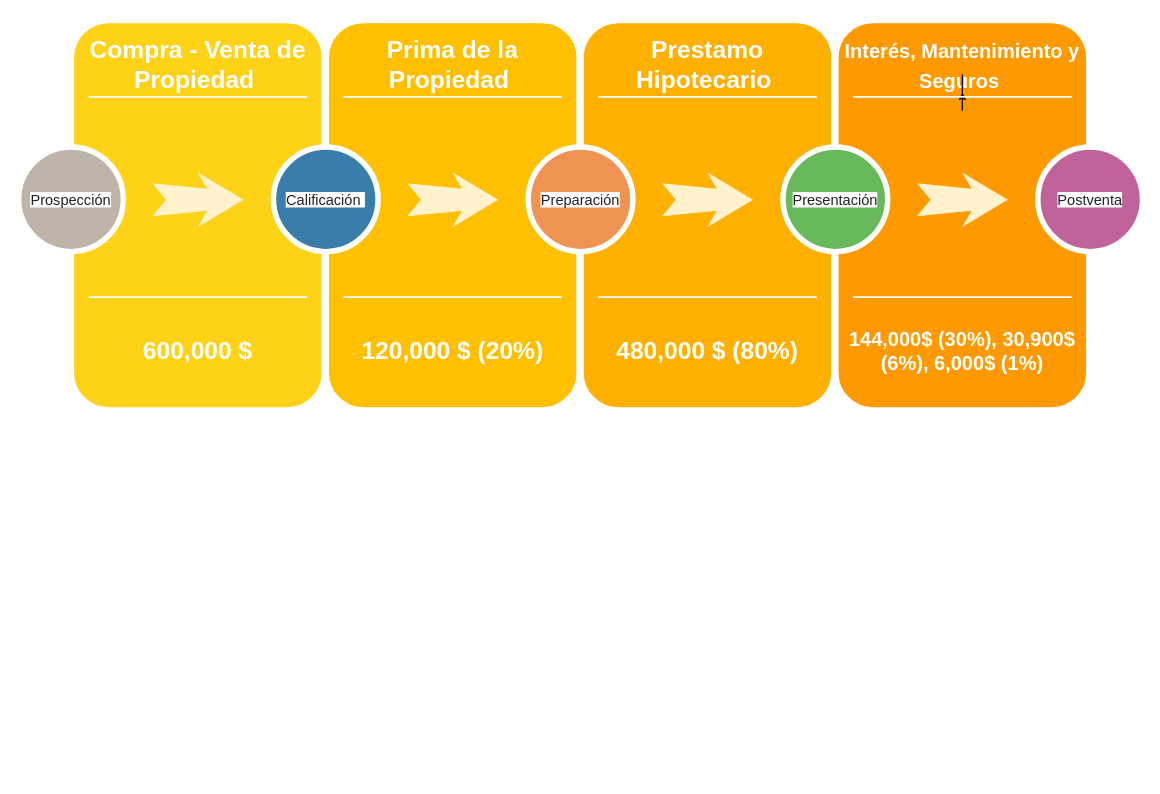
Earlier version of the draw.io diagram Untitled Diagram.drawio (Arian-25/Development). Source tidied: cells renumbered, new cells numbered last; positions are measured from the earlier drawing's top-left corner, leaving out a move shared by most shapes. Both pictures are drawn from the tidied source at 91%, with x=0, y=0 at pixel (18, 19).
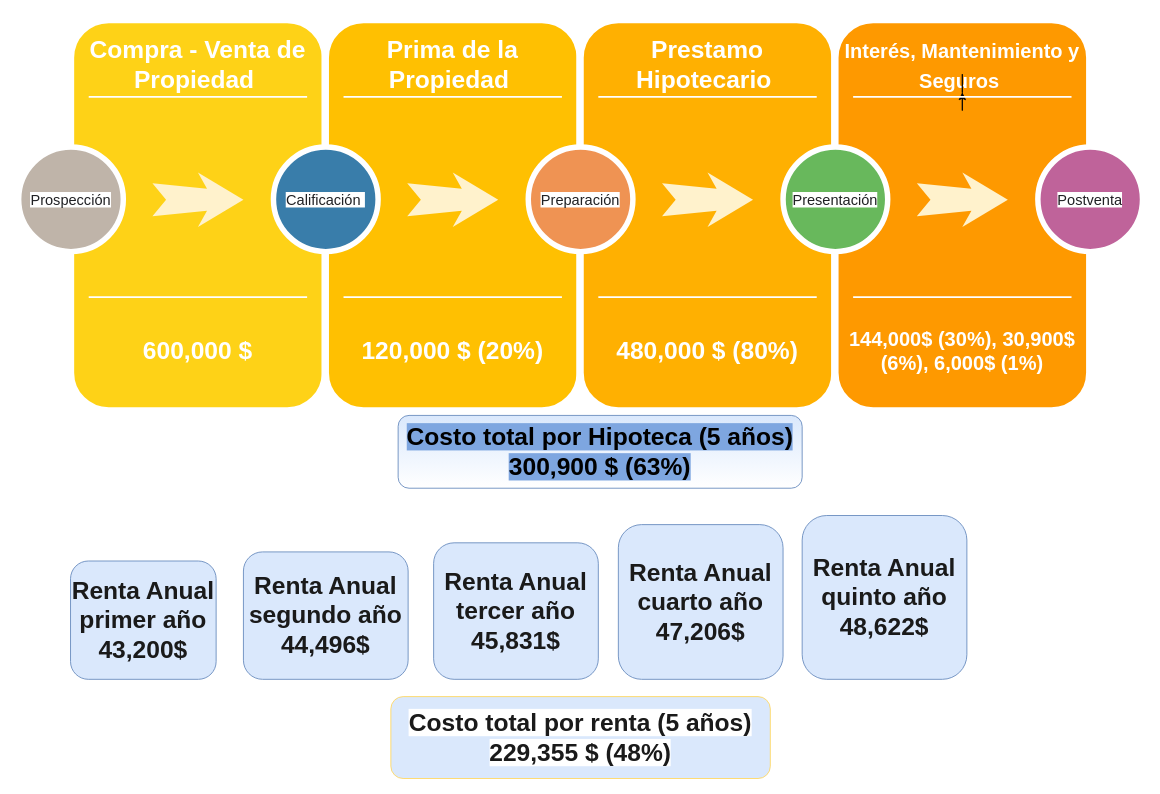
The same page after the edit.

Diff of the diagram source:
```diff
@@
+    <mxCell id="32" value="&lt;span style=&quot;font-size: 27px ; font-weight: 700 ; background-color: rgb(255 , 255 , 255)&quot;&gt;&lt;font color=&quot;#1a1a1a&quot;&gt;Costo total por renta (5 años) 229,355 $ (48%)&lt;/font&gt;&lt;/span&gt;" style="rounded=1;whiteSpace=wrap;html=1;fillColor=#dae8fc;strokeColor=#FFD966;" parent="1" vertex="1">
+      <mxGeometry x="409" y="744" width="417" height="90" as="geometry" />
+    </mxCell>
+    <mxCell id="33" value="&lt;div&gt;&lt;b style=&quot;font-size: 27px ; color: rgb(26 , 26 , 26)&quot;&gt;Renta Anual primer año 43,200$&lt;/b&gt;&lt;/div&gt;" style="rounded=1;whiteSpace=wrap;html=1;fillColor=#dae8fc;strokeColor=#6c8ebf;align=center;" parent="1" vertex="1">
+      <mxGeometry x="57" y="595" width="160" height="130" as="geometry" />
+    </mxCell>
+    <mxCell id="34" value="&lt;div&gt;&lt;b style=&quot;font-size: 27px ; color: rgb(26 , 26 , 26)&quot;&gt;Renta Anual segundo año 44,496$&lt;/b&gt;&lt;/div&gt;" style="rounded=1;whiteSpace=wrap;html=1;fillColor=#dae8fc;strokeColor=#6c8ebf;align=center;" parent="1" vertex="1">
+      <mxGeometry x="247" y="585" width="181" height="140" as="geometry" />
+    </mxCell>
+    <mxCell id="35" value="&lt;div&gt;&lt;b style=&quot;font-size: 27px ; color: rgb(26 , 26 , 26)&quot;&gt;Renta Anual tercer año 45,831$&lt;/b&gt;&lt;/div&gt;" style="rounded=1;whiteSpace=wrap;html=1;fillColor=#dae8fc;strokeColor=#6c8ebf;align=center;" parent="1" vertex="1">
+      <mxGeometry x="456" y="575" width="181" height="150" as="geometry" />
+    </mxCell>
+    <mxCell id="36" value="&lt;div&gt;&lt;b style=&quot;font-size: 27px ; color: rgb(26 , 26 , 26)&quot;&gt;Renta Anual cuarto año 47,206$&lt;/b&gt;&lt;/div&gt;" style="rounded=1;whiteSpace=wrap;html=1;fillColor=#dae8fc;strokeColor=#6c8ebf;align=center;" parent="1" vertex="1">
+      <mxGeometry x="659" y="555" width="181" height="170" as="geometry" />
+    </mxCell>
+    <mxCell id="37" value="&lt;div&gt;&lt;b style=&quot;font-size: 27px ; color: rgb(26 , 26 , 26)&quot;&gt;Renta Anual quinto año 48,622$&lt;/b&gt;&lt;/div&gt;" style="rounded=1;whiteSpace=wrap;html=1;fillColor=#dae8fc;strokeColor=#6c8ebf;align=center;" parent="1" vertex="1">
+      <mxGeometry x="861" y="545" width="181" height="180" as="geometry" />
+    </mxCell>
+    <mxCell id="38" value="&lt;span style=&quot;font-size: 27px ; background-color: rgb(126 , 166 , 224)&quot;&gt;&lt;b&gt;Costo total por Hipoteca (5 años) 300,900 $ (63%)&lt;/b&gt;&lt;/span&gt;" style="rounded=1;whiteSpace=wrap;html=1;fontColor=#000000;strokeColor=#6C8EBF;fillColor=#DAE8FC;gradientColor=#ffffff;" parent="1" vertex="1">
+      <mxGeometry x="417" y="435" width="444" height="80" as="geometry" />
+    </mxCell>
```
